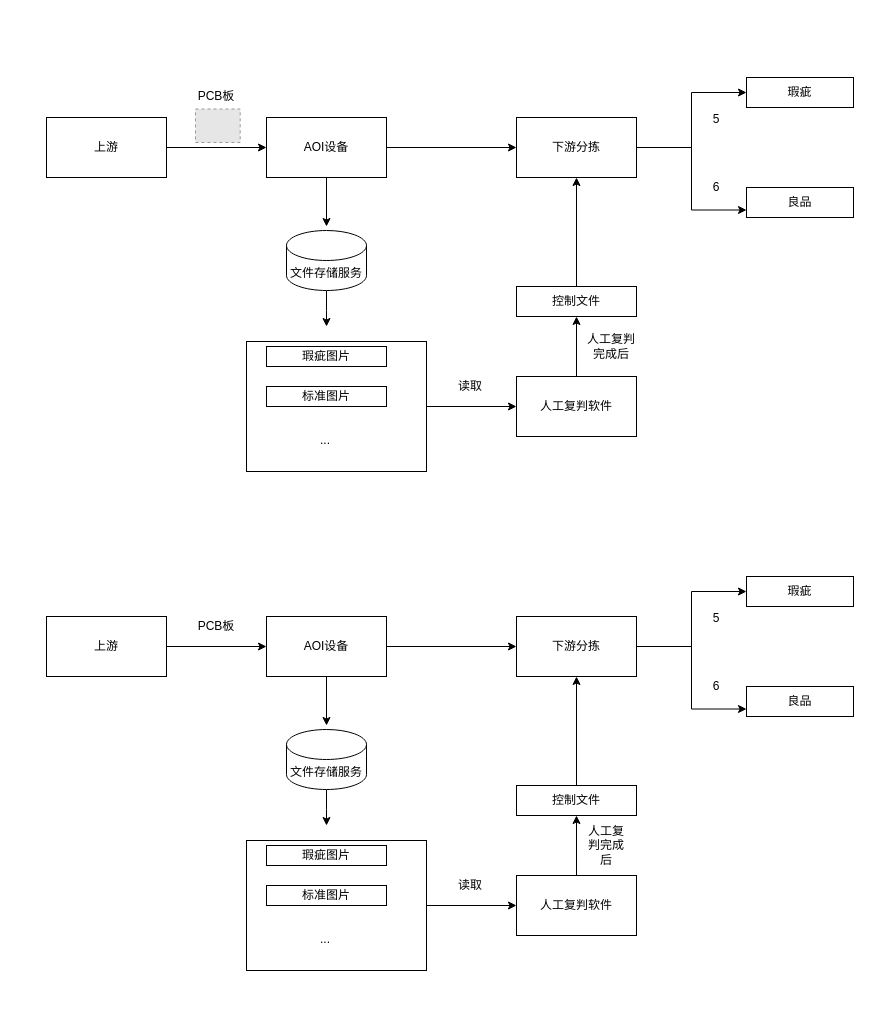
Before: page "gree-pregress" (7 of 7) of Untitled Diagram.drawio in zfengli89/aas, a draw.io diagram. Source tidied: cells renumbered, new cells numbered last; positions are measured from the earlier drawing's top-left corner, leaving out a move shared by most shapes. Both pictures are drawn from the tidied source at 100%, with x=0, y=0 at pixel (46, 77). Pictures stored in the file or linked from it are replaced by grey dashed boxes.
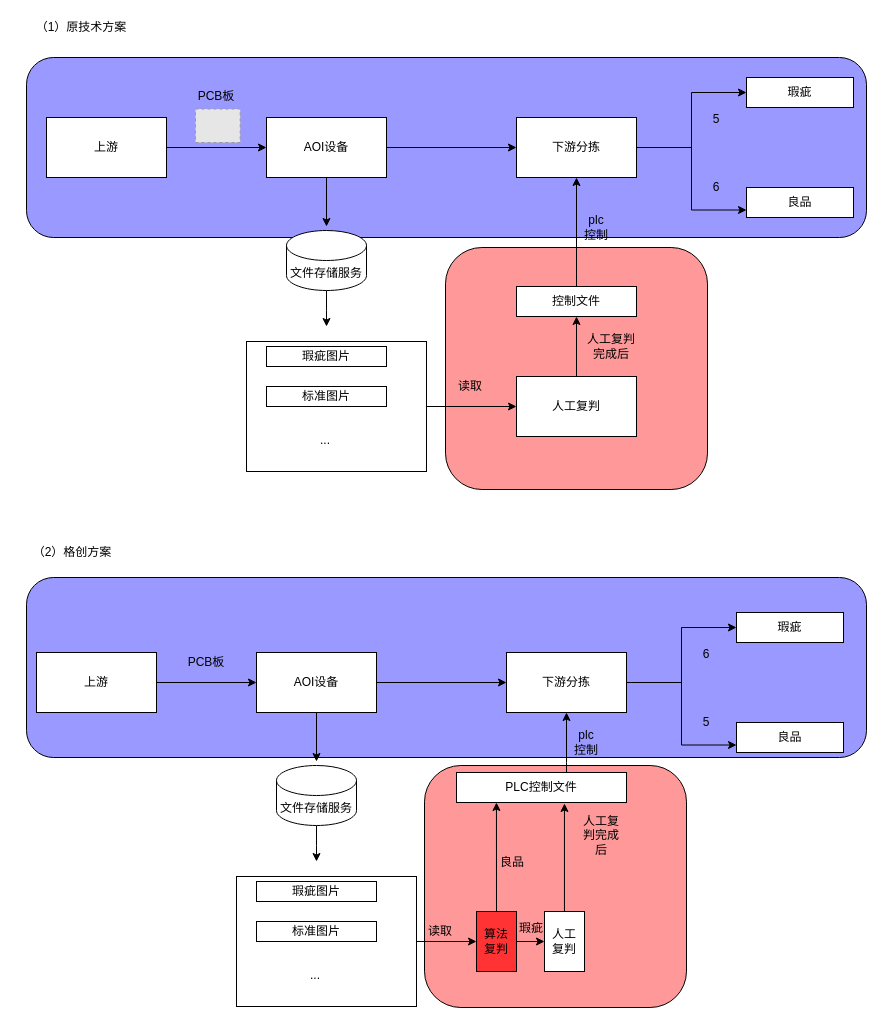
After the change.

Change to the diagram source:
```diff
@@
+    <mxCell id="55" style="rounded=1;whiteSpace=wrap;html=1;fillColor=#FF9999;" parent="1" vertex="1">
+      <mxGeometry x="399" y="170" width="262" height="242" as="geometry" />
+    </mxCell>
+    <mxCell id="56" style="rounded=1;whiteSpace=wrap;html=1;fillColor=#9999FF;" parent="1" vertex="1">
+      <mxGeometry x="-20" y="-20" width="840" height="180" as="geometry" />
+    </mxCell>
+    <mxCell id="57" style="rounded=1;whiteSpace=wrap;html=1;fillColor=#FF9999;" parent="1" vertex="1">
+      <mxGeometry x="378" y="688" width="262" height="242" as="geometry" />
+    </mxCell>
+    <mxCell id="58" style="rounded=1;whiteSpace=wrap;html=1;fillColor=#9999FF;" parent="1" vertex="1">
+      <mxGeometry x="-20" y="500" width="840" height="180" as="geometry" />
+    </mxCell>
@@
-    <mxCell id="19" value="人工复判软件" style="rounded=0;whiteSpace=wrap;html=1;" parent="1" vertex="1">
+    <mxCell id="19" value="人工复判" style="rounded=0;whiteSpace=wrap;html=1;" parent="1" vertex="1">
       <mxGeometry x="470" y="299" width="120" height="60" as="geometry" />
     </mxCell>
@@
-    <mxCell id="29" style="edgeStyle=orthogonalEdgeStyle;rounded=0;jettySize=auto;html=1;entryX=0;entryY=0.5;entryDx=0;entryDy=0;" parent="1" edge="1" source="30" target="45">
-      <mxGeometry relative="1" as="geometry" />
-    </mxCell>
+    <mxCell id="59" style="edgeStyle=orthogonalEdgeStyle;rounded=0;jettySize=auto;html=1;entryX=0;entryY=0.5;entryDx=0;entryDy=0;" parent="1" edge="1" source="30" target="62">
+      <mxGeometry relative="1" as="geometry" />
+    </mxCell>
     <mxCell id="30" style="rounded=0;whiteSpace=wrap;html=1;" parent="1" vertex="1">
-      <mxGeometry x="200" y="763" width="180" height="130" as="geometry" />
+      <mxGeometry x="190" y="799" width="180" height="130" as="geometry" />
     </mxCell>
@@
     <mxCell id="32" style="edgeStyle=orthogonalEdgeStyle;rounded=0;jettySize=auto;html=1;" parent="1" edge="1" source="33">
       <mxGeometry relative="1" as="geometry">
-        <mxPoint x="280" y="648" as="targetPoint" />
+        <mxPoint x="270" y="684" as="targetPoint" />
       </mxGeometry>
     </mxCell>
     <mxCell id="33" value="AOI设备" style="rounded=0;whiteSpace=wrap;html=1;" parent="1" vertex="1">
-      <mxGeometry x="220" y="539" width="120" height="60" as="geometry" />
+      <mxGeometry x="210" y="575" width="120" height="60" as="geometry" />
     </mxCell>
@@
     <mxCell id="36" value="下游分拣" style="rounded=0;whiteSpace=wrap;html=1;" parent="1" vertex="1">
-      <mxGeometry x="470" y="539" width="120" height="60" as="geometry" />
+      <mxGeometry x="460" y="575" width="120" height="60" as="geometry" />
     </mxCell>
@@
     <mxCell id="38" value="上游" style="rounded=0;whiteSpace=wrap;html=1;" parent="1" vertex="1">
-      <mxGeometry y="539" width="120" height="60" as="geometry" />
+      <mxGeometry x="-10" y="575" width="120" height="60" as="geometry" />
     </mxCell>
     <mxCell id="39" value="良品" style="rounded=0;whiteSpace=wrap;html=1;" parent="1" vertex="1">
-      <mxGeometry x="700" y="609" width="107" height="30" as="geometry" />
+      <mxGeometry x="690" y="645" width="107" height="30" as="geometry" />
     </mxCell>
     <mxCell id="40" value="瑕疵" style="rounded=0;whiteSpace=wrap;html=1;" parent="1" vertex="1">
-      <mxGeometry x="700" y="499" width="107" height="30" as="geometry" />
+      <mxGeometry x="690" y="535" width="107" height="30" as="geometry" />
     </mxCell>
     <mxCell id="41" style="edgeStyle=orthogonalEdgeStyle;rounded=0;jettySize=auto;html=1;" parent="1" edge="1" source="42">
       <mxGeometry relative="1" as="geometry">
-        <mxPoint x="280" y="748" as="targetPoint" />
+        <mxPoint x="270" y="784" as="targetPoint" />
       </mxGeometry>
     </mxCell>
     <mxCell id="42" value="文件存储服务" style="shape=cylinder3;whiteSpace=wrap;html=1;boundedLbl=1;backgroundOutline=1;size=15;" parent="1" vertex="1">
-      <mxGeometry x="240" y="652" width="80" height="60" as="geometry" />
+      <mxGeometry x="230" y="688" width="80" height="60" as="geometry" />
     </mxCell>
     <mxCell id="43" value="PCB板" style="text;html=1;strokeColor=none;fillColor=none;align=center;verticalAlign=middle;whiteSpace=wrap;rounded=0;" parent="1" vertex="1">
-      <mxGeometry x="150" y="539" width="40" height="20" as="geometry" />
+      <mxGeometry x="140" y="575" width="40" height="20" as="geometry" />
     </mxCell>
-    <mxCell id="44" style="edgeStyle=orthogonalEdgeStyle;rounded=0;jettySize=auto;html=1;entryX=0.5;entryY=1;entryDx=0;entryDy=0;" parent="1" edge="1" source="45" target="51">
+    <mxCell id="44" style="edgeStyle=orthogonalEdgeStyle;rounded=0;jettySize=auto;html=1;entryX=0.635;entryY=1.033;entryDx=0;entryDy=0;entryPerimeter=0;" parent="1" edge="1" source="45" target="51">
       <mxGeometry relative="1" as="geometry" />
     </mxCell>
-    <mxCell id="45" value="人工复判软件" style="rounded=0;whiteSpace=wrap;html=1;" parent="1" vertex="1">
-      <mxGeometry x="470" y="798" width="120" height="60" as="geometry" />
+    <mxCell id="45" value="人工&lt;br&gt;复判" style="rounded=0;whiteSpace=wrap;html=1;" parent="1" vertex="1">
+      <mxGeometry x="498" y="834" width="40" height="60" as="geometry" />
     </mxCell>
     <mxCell id="46" value="瑕疵图片" style="rounded=0;whiteSpace=wrap;html=1;" parent="1" vertex="1">
-      <mxGeometry x="220" y="768" width="120" height="20" as="geometry" />
+      <mxGeometry x="210" y="804" width="120" height="20" as="geometry" />
     </mxCell>
     <mxCell id="47" value="标准图片" style="rounded=0;whiteSpace=wrap;html=1;" parent="1" vertex="1">
-      <mxGeometry x="220" y="808" width="120" height="20" as="geometry" />
+      <mxGeometry x="210" y="844" width="120" height="20" as="geometry" />
     </mxCell>
     <mxCell id="48" value="..." style="text;html=1;strokeColor=none;fillColor=none;align=center;verticalAlign=middle;whiteSpace=wrap;rounded=0;" parent="1" vertex="1">
-      <mxGeometry x="259" y="852" width="40" height="20" as="geometry" />
+      <mxGeometry x="249" y="888" width="40" height="20" as="geometry" />
     </mxCell>
     <mxCell id="49" value="读取" style="text;html=1;strokeColor=none;fillColor=none;align=center;verticalAlign=middle;whiteSpace=wrap;rounded=0;" parent="1" vertex="1">
-      <mxGeometry x="404" y="798" width="40" height="20" as="geometry" />
+      <mxGeometry x="374" y="844" width="40" height="20" as="geometry" />
     </mxCell>
     <mxCell id="50" style="edgeStyle=orthogonalEdgeStyle;rounded=0;jettySize=auto;html=1;entryX=0.5;entryY=1;entryDx=0;entryDy=0;" parent="1" edge="1" source="51" target="36">
-      <mxGeometry relative="1" as="geometry" />
+      <mxGeometry relative="1" as="geometry">
+        <Array as="points">
+          <mxPoint x="520" y="685" />
+          <mxPoint x="520" y="685" />
+        </Array>
+      </mxGeometry>
     </mxCell>
-    <mxCell id="51" value="控制文件" style="rounded=0;whiteSpace=wrap;html=1;" parent="1" vertex="1">
-      <mxGeometry x="470" y="708" width="120" height="30" as="geometry" />
+    <mxCell id="51" value="PLC控制文件" style="rounded=0;whiteSpace=wrap;html=1;" parent="1" vertex="1">
+      <mxGeometry x="410" y="695" width="170" height="30" as="geometry" />
     </mxCell>
     <mxCell id="52" value="人工复判完成后" style="text;html=1;strokeColor=none;fillColor=none;align=center;verticalAlign=middle;whiteSpace=wrap;rounded=0;" parent="1" vertex="1">
-      <mxGeometry x="540" y="758" width="40" height="20" as="geometry" />
+      <mxGeometry x="535" y="748" width="40" height="20" as="geometry" />
     </mxCell>
-    <mxCell id="53" value="5" style="text;html=1;strokeColor=none;fillColor=none;align=center;verticalAlign=middle;whiteSpace=wrap;rounded=0;" parent="1" vertex="1">
-      <mxGeometry x="650" y="531" width="40" height="20" as="geometry" />
+    <mxCell id="53" value="6" style="text;html=1;strokeColor=none;fillColor=none;align=center;verticalAlign=middle;whiteSpace=wrap;rounded=0;" parent="1" vertex="1">
+      <mxGeometry x="640" y="567" width="40" height="20" as="geometry" />
     </mxCell>
-    <mxCell id="54" value="6" style="text;html=1;strokeColor=none;fillColor=none;align=center;verticalAlign=middle;whiteSpace=wrap;rounded=0;" parent="1" vertex="1">
-      <mxGeometry x="650" y="599" width="40" height="20" as="geometry" />
+    <mxCell id="54" value="5" style="text;html=1;strokeColor=none;fillColor=none;align=center;verticalAlign=middle;whiteSpace=wrap;rounded=0;" parent="1" vertex="1">
+      <mxGeometry x="640" y="635" width="40" height="20" as="geometry" />
     </mxCell>
+    <mxCell id="60" style="edgeStyle=orthogonalEdgeStyle;rounded=0;jettySize=auto;html=1;exitX=1;exitY=0.5;exitDx=0;exitDy=0;entryX=0;entryY=0.5;entryDx=0;entryDy=0;" parent="1" edge="1" source="62" target="45">
+      <mxGeometry relative="1" as="geometry" />
+    </mxCell>
+    <mxCell id="61" style="edgeStyle=orthogonalEdgeStyle;rounded=0;jettySize=auto;html=1;exitX=0.5;exitY=0;exitDx=0;exitDy=0;entryX=0.235;entryY=1;entryDx=0;entryDy=0;entryPerimeter=0;" parent="1" edge="1" source="62" target="51">
+      <mxGeometry relative="1" as="geometry" />
+    </mxCell>
+    <mxCell id="62" value="算法&lt;br&gt;复判" style="rounded=0;whiteSpace=wrap;html=1;fillColor=#FF3333;" parent="1" vertex="1">
+      <mxGeometry x="430" y="834" width="40" height="60" as="geometry" />
+    </mxCell>
+    <mxCell id="63" value="良品" style="text;html=1;strokeColor=none;fillColor=none;align=center;verticalAlign=middle;whiteSpace=wrap;rounded=0;" parent="1" vertex="1">
+      <mxGeometry x="446" y="775" width="40" height="20" as="geometry" />
+    </mxCell>
+    <mxCell id="64" value="瑕疵" style="text;html=1;strokeColor=none;fillColor=none;align=center;verticalAlign=middle;whiteSpace=wrap;rounded=0;" parent="1" vertex="1">
+      <mxGeometry x="465" y="841" width="40" height="20" as="geometry" />
+    </mxCell>
+    <mxCell id="65" value="plc&lt;br&gt;控制" style="text;html=1;strokeColor=none;fillColor=none;align=center;verticalAlign=middle;whiteSpace=wrap;rounded=0;" parent="1" vertex="1">
+      <mxGeometry x="530" y="140" width="40" height="20" as="geometry" />
+    </mxCell>
+    <mxCell id="66" value="plc&lt;br&gt;控制" style="text;html=1;strokeColor=none;fillColor=none;align=center;verticalAlign=middle;whiteSpace=wrap;rounded=0;" parent="1" vertex="1">
+      <mxGeometry x="520" y="655" width="40" height="20" as="geometry" />
+    </mxCell>
+    <mxCell id="67" value="（1）原技术方案" style="text;html=1;strokeColor=none;fillColor=none;align=center;verticalAlign=middle;whiteSpace=wrap;rounded=0;" parent="1" vertex="1">
+      <mxGeometry x="-20" y="-60" width="110" height="20" as="geometry" />
+    </mxCell>
+    <mxCell id="68" value="（2）格创方案" style="text;html=1;strokeColor=none;fillColor=none;align=center;verticalAlign=middle;whiteSpace=wrap;rounded=0;" parent="1" vertex="1">
+      <mxGeometry x="-29" y="465" width="110" height="20" as="geometry" />
+    </mxCell>
```
